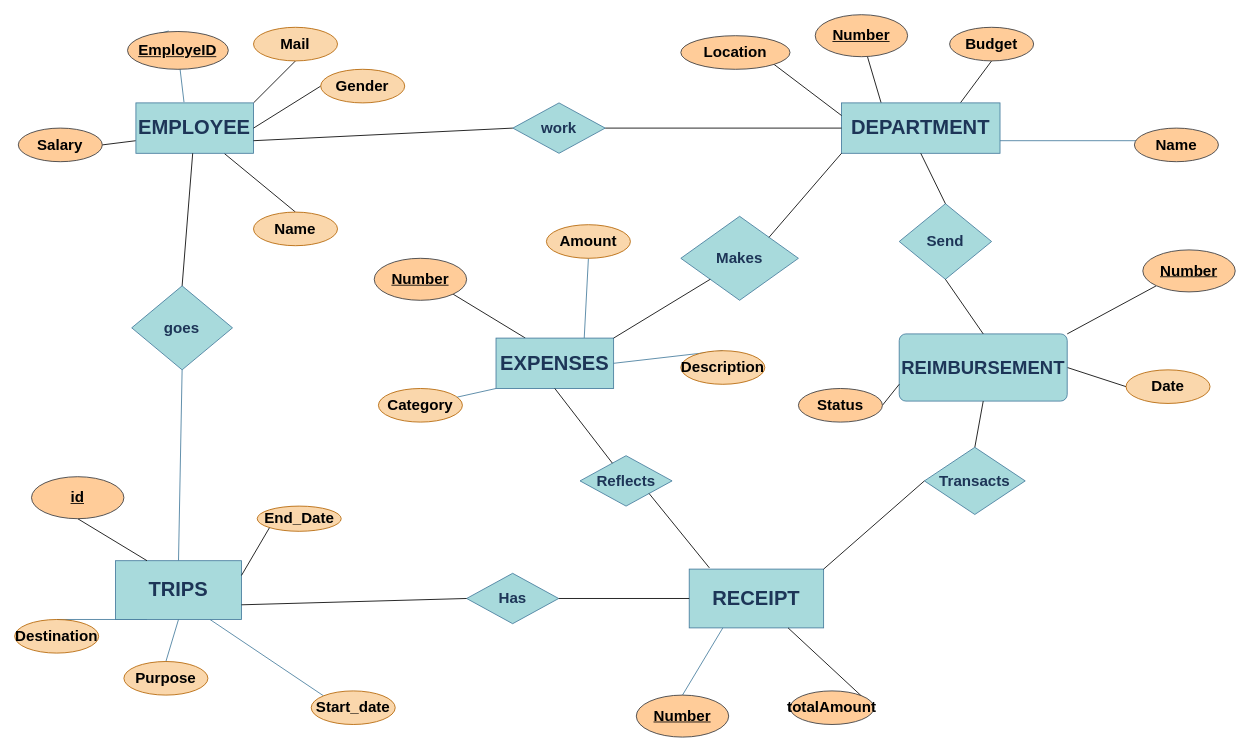
Earlier version of the draw.io diagram database_project.drawio (kaanygl/database). Source tidied: cells renumbered, new cells numbered last; positions are measured from the earlier drawing's top-left corner, leaving out a move shared by most shapes. Both pictures are drawn from the tidied source at 84%, with x=0, y=0 at pixel (14, 14).
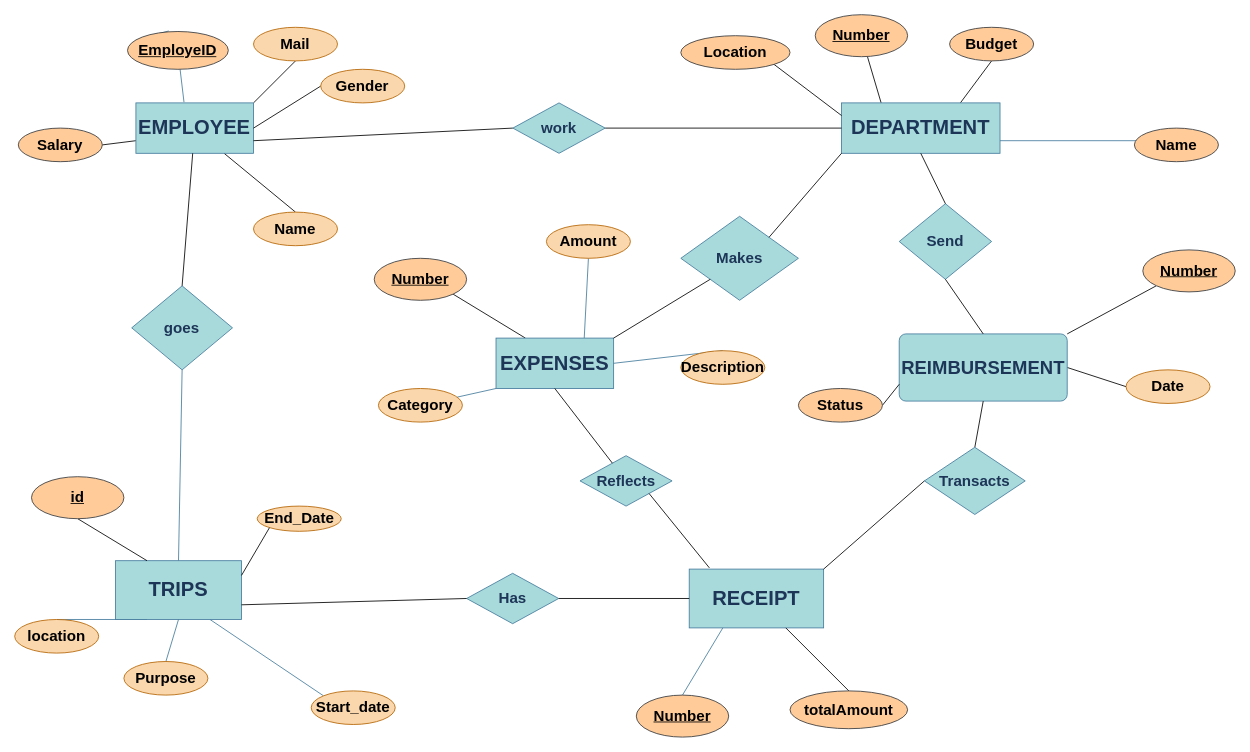
Above is the later version.

Unchanged cells that the change refers to:
```xml
<mxCell id="2" value="&lt;h1&gt;RECEIPT&lt;/h1&gt;" style="whiteSpace=wrap;html=1;fillColor=#A8DADC;fontColor=#1D3557;strokeColor=#457B9D;labelBackgroundColor=none;" parent="1" vertex="1">
  <mxGeometry x="803" y="660" width="160" height="70" as="geometry" />
</mxCell>
```

The edit, as a diff of the source:
```diff
@@
-    <mxCell id="11" value="&lt;h2&gt;Destination&lt;/h2&gt;" style="ellipse;whiteSpace=wrap;html=1;align=center;strokeColor=#b46504;fillColor=#fad7ac;" parent="1" vertex="1">
+    <mxCell id="11" value="&lt;h2&gt;location&lt;/h2&gt;" style="ellipse;whiteSpace=wrap;html=1;align=center;strokeColor=#b46504;fillColor=#fad7ac;" parent="1" vertex="1">
       <mxGeometry y="720" width="100" height="40" as="geometry" />
     </mxCell>
@@
-    <mxCell id="48" style="edgeStyle=none;rounded=0;jettySize=auto;html=1;exitX=1;exitY=0.5;exitDx=0;exitDy=0;endArrow=none;endFill=0;" parent="1" edge="1" source="49" target="2">
+    <mxCell id="48" style="edgeStyle=none;rounded=0;jettySize=auto;html=1;exitX=0.5;exitY=0;exitDx=0;exitDy=0;endArrow=none;endFill=0;" parent="1" edge="1" source="49" target="2">
       <mxGeometry relative="1" as="geometry" />
     </mxCell>
     <mxCell id="49" value="&lt;h2&gt;totalAmount&lt;/h2&gt;" style="ellipse;whiteSpace=wrap;html=1;align=center;fillColor=#ffcc99;strokeColor=#36393d;" parent="1" vertex="1">
-      <mxGeometry x="923" y="805" width="100" height="40" as="geometry" />
+      <mxGeometry x="923" y="805" width="140" height="45" as="geometry" />
     </mxCell>
```
